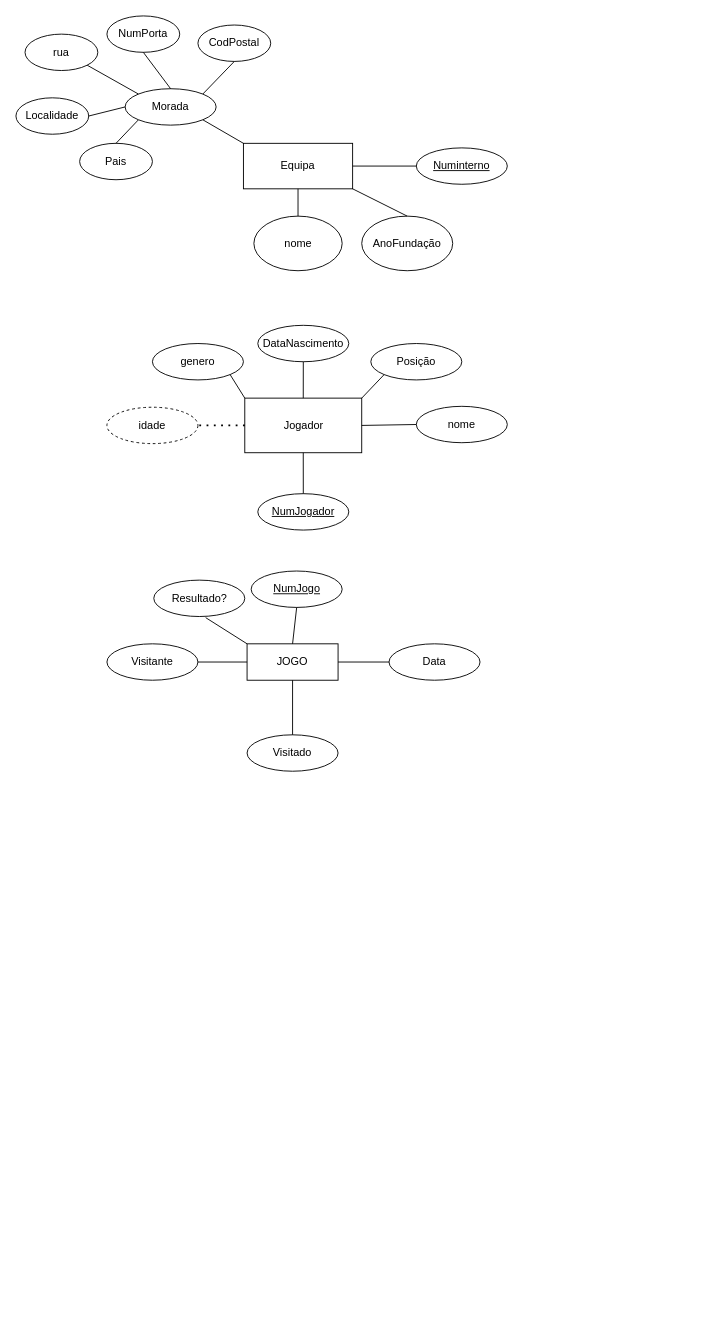
The draw.io diagram Diagrama sem nome.drawio in sc6as/diagrama_escolar.drawio, before the edit. Source tidied: cells renumbered, new cells numbered last; positions are measured from the earlier drawing's top-left corner, leaving out a move shared by most shapes. Both pictures are drawn from the tidied source at 91%, with x=0, y=0 at pixel (15, 15).
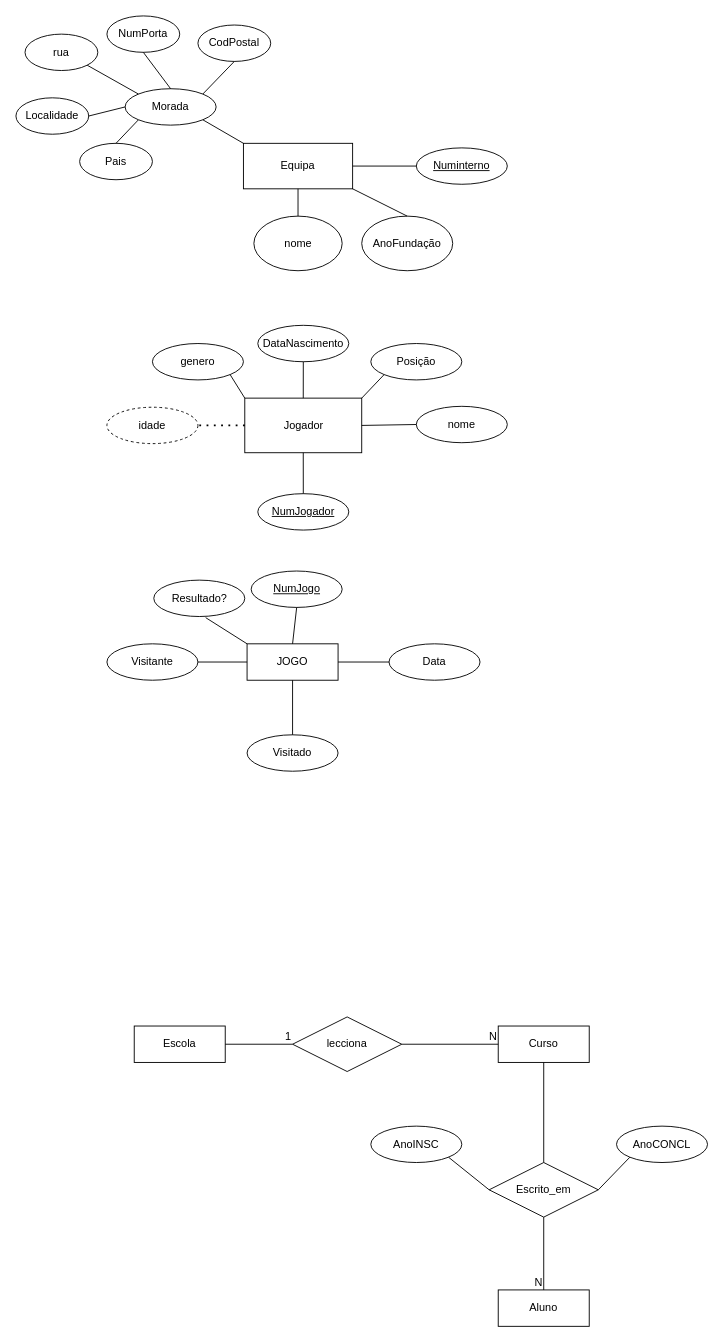
The same diagram, later.

Change to the diagram source:
```diff
@@
+    <mxCell id="45" value="Escola" style="whiteSpace=wrap;html=1;align=center;" parent="1" vertex="1">
+      <mxGeometry x="130" y="1110" width="100" height="40" as="geometry" />
+    </mxCell>
+    <mxCell id="46" value="lecciona" style="shape=rhombus;perimeter=rhombusPerimeter;whiteSpace=wrap;html=1;align=center;" parent="1" vertex="1">
+      <mxGeometry x="304" y="1100" width="120" height="60" as="geometry" />
+    </mxCell>
+    <mxCell id="47" value="Escrito_em" style="shape=rhombus;perimeter=rhombusPerimeter;whiteSpace=wrap;html=1;align=center;" parent="1" vertex="1">
+      <mxGeometry x="520" y="1260" width="120" height="60" as="geometry" />
+    </mxCell>
+    <mxCell id="48" value="Curso" style="whiteSpace=wrap;html=1;align=center;" parent="1" vertex="1">
+      <mxGeometry x="530" y="1110" width="100" height="40" as="geometry" />
+    </mxCell>
+    <mxCell id="49" value="Aluno" style="whiteSpace=wrap;html=1;align=center;" parent="1" vertex="1">
+      <mxGeometry x="530" y="1400" width="100" height="40" as="geometry" />
+    </mxCell>
+    <mxCell id="50" style="endArrow=none;html=1;rounded=0;entryX=0;entryY=0.5;entryDx=0;entryDy=0;exitX=1;exitY=0.5;exitDx=0;exitDy=0;" parent="1" edge="1" source="45" target="46">
+      <mxGeometry relative="1" as="geometry" />
+    </mxCell>
+    <mxCell id="51" value="1" style="html=1;whiteSpace=wrap;align=right;verticalAlign=bottom;" parent="50" vertex="1">
+      <mxGeometry x="1" relative="1" as="geometry" />
+    </mxCell>
+    <mxCell id="52" style="endArrow=none;html=1;rounded=0;entryX=0;entryY=0.5;entryDx=0;entryDy=0;exitX=1;exitY=0.5;exitDx=0;exitDy=0;" parent="1" edge="1" source="46" target="48">
+      <mxGeometry relative="1" as="geometry" />
+    </mxCell>
+    <mxCell id="53" value="N" style="html=1;whiteSpace=wrap;align=right;verticalAlign=bottom;" parent="52" vertex="1">
+      <mxGeometry x="1" relative="1" as="geometry" />
+    </mxCell>
+    <mxCell id="54" style="endArrow=none;html=1;rounded=0;exitX=0.5;exitY=0;exitDx=0;exitDy=0;entryX=0.5;entryY=1;entryDx=0;entryDy=0;" parent="1" edge="1" source="47" target="48">
+      <mxGeometry relative="1" as="geometry" />
+    </mxCell>
+    <mxCell id="55" style="endArrow=none;html=1;rounded=0;exitX=0.5;exitY=1;exitDx=0;exitDy=0;entryX=0.5;entryY=0;entryDx=0;entryDy=0;" parent="1" edge="1" source="47" target="49">
+      <mxGeometry relative="1" as="geometry" />
+    </mxCell>
+    <mxCell id="56" value="N" style="html=1;whiteSpace=wrap;align=right;verticalAlign=bottom;" parent="55" vertex="1">
+      <mxGeometry x="1" relative="1" as="geometry" />
+    </mxCell>
+    <mxCell id="57" value="AnoINSC" style="ellipse;whiteSpace=wrap;html=1;align=center;" parent="1" vertex="1">
+      <mxGeometry x="390" y="1220" width="100" height="40" as="geometry" />
+    </mxCell>
+    <mxCell id="58" value="AnoCONCL" style="ellipse;whiteSpace=wrap;html=1;align=center;" parent="1" vertex="1">
+      <mxGeometry x="660" y="1220" width="100" height="40" as="geometry" />
+    </mxCell>
+    <mxCell id="59" style="endArrow=none;html=1;rounded=0;exitX=0;exitY=0.5;exitDx=0;exitDy=0;entryX=1;entryY=1;entryDx=0;entryDy=0;" parent="1" edge="1" source="47" target="57">
+      <mxGeometry relative="1" as="geometry" />
+    </mxCell>
+    <mxCell id="60" style="endArrow=none;html=1;rounded=0;exitX=1;exitY=0.5;exitDx=0;exitDy=0;entryX=0;entryY=1;entryDx=0;entryDy=0;" parent="1" edge="1" source="47" target="58">
+      <mxGeometry relative="1" as="geometry" />
+    </mxCell>
```
